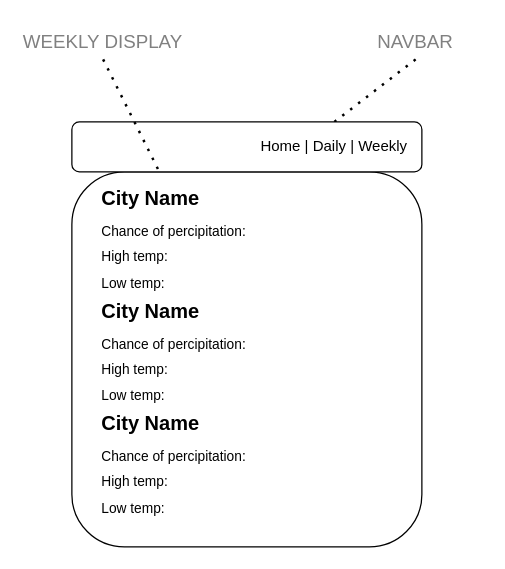
The draw.io diagram page "Weekly" (3 of 3) of wireframe-group-weather-app.drawio in IsaacMendez-work/Group-Weather-App, before the edit. Source tidied: cells renumbered, new cells numbered last; positions are measured from the earlier drawing's top-left corner, leaving out a move shared by most shapes. Both pictures are drawn from the tidied source at 125%, with x=0, y=0 at pixel (21, 21).
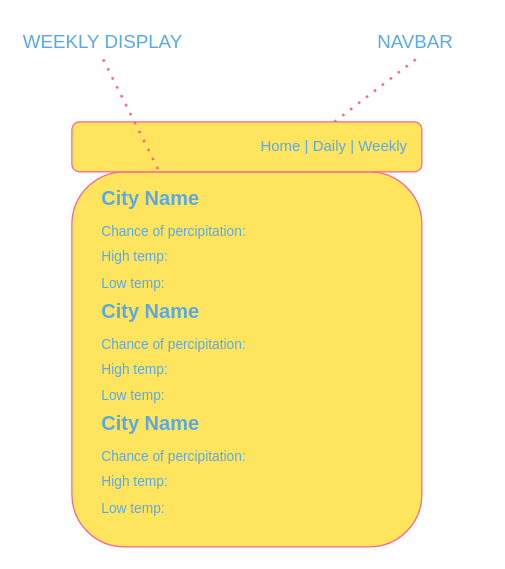
The same diagram, later.

Change to the diagram source:
```diff
@@
 <mxGraphModel>
   <root>
     <mxCell id="0" />
     <mxCell id="1" parent="0" />
-    <mxCell id="2" style="group;" parent="1" vertex="1">
-      <mxGeometry x="50" y="120" width="320" height="300" as="geometry" />
-    </mxCell>
-    <mxCell id="3" style="group;" parent="2" vertex="1">
-      <mxGeometry x="-50" y="-120" width="360" height="420" as="geometry" />
-    </mxCell>
-    <mxCell id="4" style="rounded=1;whiteSpace=wrap;html=1;" parent="3" vertex="1">
+    <mxCell id="4" style="rounded=1;whiteSpace=wrap;html=1;fillColor=#FFE45E;strokeColor=#FF6392;fontColor=#5AA9E6;" parent="1" vertex="1">
       <mxGeometry x="40" y="120" width="280" height="300" as="geometry" />
     </mxCell>
-    <mxCell id="5" value="&lt;p style=&quot;line-height: 100%&quot;&gt;&lt;/p&gt;&lt;h1 style=&quot;font-size: 16px&quot;&gt;&lt;font style=&quot;font-size: 16px&quot;&gt;City Name&lt;/font&gt;&lt;/h1&gt;&lt;h1 style=&quot;font-size: 11px&quot;&gt;&lt;font style=&quot;font-size: 11px ; font-weight: normal&quot;&gt;Chance of percipitation:&amp;nbsp;&lt;/font&gt;&lt;/h1&gt;&lt;h1 style=&quot;font-size: 11px&quot;&gt;&lt;font style=&quot;font-size: 11px ; font-weight: normal&quot;&gt;High temp:&amp;nbsp;&lt;/font&gt;&lt;/h1&gt;&lt;h1 style=&quot;font-size: 11px&quot;&gt;&lt;font style=&quot;font-size: 11px ; font-weight: normal&quot;&gt;Low temp:&amp;nbsp;&lt;/font&gt;&lt;/h1&gt;&lt;p&gt;&lt;/p&gt;" style="text;html=1;strokeColor=none;fillColor=none;spacing=5;spacingTop=-20;whiteSpace=wrap;overflow=hidden;rounded=0;" parent="3" vertex="1">
+    <mxCell id="5" value="&lt;p style=&quot;line-height: 100%&quot;&gt;&lt;/p&gt;&lt;h1 style=&quot;font-size: 16px&quot;&gt;&lt;font style=&quot;font-size: 16px&quot;&gt;City Name&lt;/font&gt;&lt;/h1&gt;&lt;h1 style=&quot;font-size: 11px&quot;&gt;&lt;font style=&quot;font-size: 11px ; font-weight: normal&quot;&gt;Chance of percipitation:&amp;nbsp;&lt;/font&gt;&lt;/h1&gt;&lt;h1 style=&quot;font-size: 11px&quot;&gt;&lt;font style=&quot;font-size: 11px ; font-weight: normal&quot;&gt;High temp:&amp;nbsp;&lt;/font&gt;&lt;/h1&gt;&lt;h1 style=&quot;font-size: 11px&quot;&gt;&lt;font style=&quot;font-size: 11px ; font-weight: normal&quot;&gt;Low temp:&amp;nbsp;&lt;/font&gt;&lt;/h1&gt;&lt;p&gt;&lt;/p&gt;" style="text;html=1;strokeColor=none;fillColor=none;spacing=5;spacingTop=-20;whiteSpace=wrap;overflow=hidden;rounded=0;fontColor=#5AA9E6;" parent="1" vertex="1">
       <mxGeometry x="59.3" y="130" width="183.4" height="90" as="geometry" />
     </mxCell>
-    <mxCell id="6" value="&lt;p style=&quot;line-height: 100%&quot;&gt;&lt;/p&gt;&lt;h1 style=&quot;font-size: 16px&quot;&gt;&lt;font style=&quot;font-size: 16px&quot;&gt;City Name&lt;/font&gt;&lt;/h1&gt;&lt;h1 style=&quot;font-size: 11px&quot;&gt;&lt;font style=&quot;font-size: 11px ; font-weight: normal&quot;&gt;Chance of percipitation:&amp;nbsp;&lt;/font&gt;&lt;/h1&gt;&lt;h1 style=&quot;font-size: 11px&quot;&gt;&lt;font style=&quot;font-size: 11px ; font-weight: normal&quot;&gt;High temp:&amp;nbsp;&lt;/font&gt;&lt;/h1&gt;&lt;h1 style=&quot;font-size: 11px&quot;&gt;&lt;font style=&quot;font-size: 11px ; font-weight: normal&quot;&gt;Low temp:&amp;nbsp;&lt;/font&gt;&lt;/h1&gt;&lt;p&gt;&lt;/p&gt;" style="text;html=1;strokeColor=none;fillColor=none;spacing=5;spacingTop=-20;whiteSpace=wrap;overflow=hidden;rounded=0;" parent="3" vertex="1">
+    <mxCell id="6" value="&lt;p style=&quot;line-height: 100%&quot;&gt;&lt;/p&gt;&lt;h1 style=&quot;font-size: 16px&quot;&gt;&lt;font style=&quot;font-size: 16px&quot;&gt;City Name&lt;/font&gt;&lt;/h1&gt;&lt;h1 style=&quot;font-size: 11px&quot;&gt;&lt;font style=&quot;font-size: 11px ; font-weight: normal&quot;&gt;Chance of percipitation:&amp;nbsp;&lt;/font&gt;&lt;/h1&gt;&lt;h1 style=&quot;font-size: 11px&quot;&gt;&lt;font style=&quot;font-size: 11px ; font-weight: normal&quot;&gt;High temp:&amp;nbsp;&lt;/font&gt;&lt;/h1&gt;&lt;h1 style=&quot;font-size: 11px&quot;&gt;&lt;font style=&quot;font-size: 11px ; font-weight: normal&quot;&gt;Low temp:&amp;nbsp;&lt;/font&gt;&lt;/h1&gt;&lt;p&gt;&lt;/p&gt;" style="text;html=1;strokeColor=none;fillColor=none;spacing=5;spacingTop=-20;whiteSpace=wrap;overflow=hidden;rounded=0;fontColor=#5AA9E6;" parent="1" vertex="1">
       <mxGeometry x="59.3" y="220" width="183.4" height="90" as="geometry" />
     </mxCell>
-    <mxCell id="7" value="&lt;p style=&quot;line-height: 100%&quot;&gt;&lt;/p&gt;&lt;h1 style=&quot;font-size: 16px&quot;&gt;&lt;font style=&quot;font-size: 16px&quot;&gt;City Name&lt;/font&gt;&lt;/h1&gt;&lt;h1 style=&quot;font-size: 11px&quot;&gt;&lt;font style=&quot;font-size: 11px ; font-weight: normal&quot;&gt;Chance of percipitation:&amp;nbsp;&lt;/font&gt;&lt;/h1&gt;&lt;h1 style=&quot;font-size: 11px&quot;&gt;&lt;font style=&quot;font-size: 11px ; font-weight: normal&quot;&gt;High temp:&amp;nbsp;&lt;/font&gt;&lt;/h1&gt;&lt;h1 style=&quot;font-size: 11px&quot;&gt;&lt;font style=&quot;font-size: 11px ; font-weight: normal&quot;&gt;Low temp:&amp;nbsp;&lt;/font&gt;&lt;/h1&gt;&lt;p&gt;&lt;/p&gt;" style="text;html=1;strokeColor=none;fillColor=none;spacing=5;spacingTop=-20;whiteSpace=wrap;overflow=hidden;rounded=0;" parent="3" vertex="1">
+    <mxCell id="7" value="&lt;p style=&quot;line-height: 100%&quot;&gt;&lt;/p&gt;&lt;h1 style=&quot;font-size: 16px&quot;&gt;&lt;font style=&quot;font-size: 16px&quot;&gt;City Name&lt;/font&gt;&lt;/h1&gt;&lt;h1 style=&quot;font-size: 11px&quot;&gt;&lt;font style=&quot;font-size: 11px ; font-weight: normal&quot;&gt;Chance of percipitation:&amp;nbsp;&lt;/font&gt;&lt;/h1&gt;&lt;h1 style=&quot;font-size: 11px&quot;&gt;&lt;font style=&quot;font-size: 11px ; font-weight: normal&quot;&gt;High temp:&amp;nbsp;&lt;/font&gt;&lt;/h1&gt;&lt;h1 style=&quot;font-size: 11px&quot;&gt;&lt;font style=&quot;font-size: 11px ; font-weight: normal&quot;&gt;Low temp:&amp;nbsp;&lt;/font&gt;&lt;/h1&gt;&lt;p&gt;&lt;/p&gt;" style="text;html=1;strokeColor=none;fillColor=none;spacing=5;spacingTop=-20;whiteSpace=wrap;overflow=hidden;rounded=0;fontColor=#5AA9E6;" parent="1" vertex="1">
       <mxGeometry x="59.3" y="310" width="183.4" height="90" as="geometry" />
     </mxCell>
-    <mxCell id="8" style="group;" parent="3" vertex="1">
-      <mxGeometry x="40" width="320" height="120" as="geometry" />
-    </mxCell>
-    <mxCell id="9" value="&lt;font color=&quot;#808080&quot; style=&quot;font-size: 15px&quot;&gt;NAVBAR&lt;/font&gt;" style="text;html=1;strokeColor=none;fillColor=none;align=center;verticalAlign=middle;whiteSpace=wrap;rounded=0;" parent="8" vertex="1">
-      <mxGeometry x="230" width="90" height="30" as="geometry" />
+    <mxCell id="9" value="&lt;font style=&quot;font-size: 15px&quot;&gt;NAVBAR&lt;/font&gt;" style="text;html=1;strokeColor=none;fillColor=none;align=center;verticalAlign=middle;whiteSpace=wrap;rounded=0;fontColor=#5AA9E6;" parent="1" vertex="1">
+      <mxGeometry x="270" width="90" height="30" as="geometry" />
     </mxCell>
-    <mxCell id="10" style="endArrow=none;dashed=1;html=1;dashPattern=1 3;strokeWidth=2;entryX=0.5;entryY=1;entryDx=0;entryDy=0;exitX=0.75;exitY=0;exitDx=0;exitDy=0;" parent="8" edge="1" source="11" target="9">
-      <mxGeometry relative="1" as="geometry" />
+    <mxCell id="10" style="endArrow=none;dashed=1;html=1;dashPattern=1 3;strokeWidth=2;entryX=0.5;entryY=1;entryDx=0;entryDy=0;exitX=0.75;exitY=0;exitDx=0;exitDy=0;strokeColor=#FF6392;fontColor=#5AA9E6;" parent="1" edge="1" source="11" target="9">
+      <mxGeometry x="200" y="160" as="geometry" />
     </mxCell>
-    <mxCell id="11" style="rounded=1;whiteSpace=wrap;html=1;" parent="8" vertex="1">
-      <mxGeometry y="80" width="280" height="40" as="geometry" />
+    <mxCell id="11" style="rounded=1;whiteSpace=wrap;html=1;fillColor=#FFE45E;strokeColor=#FF6392;fontColor=#5AA9E6;" parent="1" vertex="1">
+      <mxGeometry x="40" y="80" width="280" height="40" as="geometry" />
     </mxCell>
-    <mxCell id="12" value="Home | Daily | Weekly" style="text;html=1;strokeColor=none;fillColor=none;align=center;verticalAlign=middle;whiteSpace=wrap;rounded=0;" parent="8" vertex="1">
-      <mxGeometry x="140" y="90" width="140" height="20" as="geometry" />
+    <mxCell id="12" value="Home | Daily | Weekly" style="text;html=1;strokeColor=none;fillColor=none;align=center;verticalAlign=middle;whiteSpace=wrap;rounded=0;fontColor=#5AA9E6;" parent="1" vertex="1">
+      <mxGeometry x="180" y="90" width="140" height="20" as="geometry" />
     </mxCell>
-    <mxCell id="13" value="&lt;font color=&quot;#808080&quot;&gt;&lt;span style=&quot;font-size: 15px&quot;&gt;WEEKLY DISPLAY&lt;/span&gt;&lt;/font&gt;" style="text;html=1;strokeColor=none;fillColor=none;align=center;verticalAlign=middle;whiteSpace=wrap;rounded=0;" parent="8" vertex="1">
-      <mxGeometry x="-40" width="130" height="30" as="geometry" />
+    <mxCell id="13" value="&lt;font&gt;&lt;span style=&quot;font-size: 15px&quot;&gt;WEEKLY DISPLAY&lt;/span&gt;&lt;/font&gt;" style="text;html=1;strokeColor=none;fillColor=none;align=center;verticalAlign=middle;whiteSpace=wrap;rounded=0;fontColor=#5AA9E6;" parent="1" vertex="1">
+      <mxGeometry width="130" height="30" as="geometry" />
     </mxCell>
-    <mxCell id="14" style="endArrow=none;dashed=1;html=1;dashPattern=1 3;strokeWidth=2;exitX=0.5;exitY=1;exitDx=0;exitDy=0;entryX=0.25;entryY=0;entryDx=0;entryDy=0;" parent="3" edge="1" source="13" target="4">
-      <mxGeometry relative="1" as="geometry" />
+    <mxCell id="14" style="endArrow=none;dashed=1;html=1;dashPattern=1 3;strokeWidth=2;exitX=0.5;exitY=1;exitDx=0;exitDy=0;entryX=0.25;entryY=0;entryDx=0;entryDy=0;strokeColor=#FF6392;fontColor=#5AA9E6;" parent="1" edge="1" source="13" target="4">
+      <mxGeometry x="80" y="80" as="geometry" />
     </mxCell>
   </root>
 </mxGraphModel>
```
